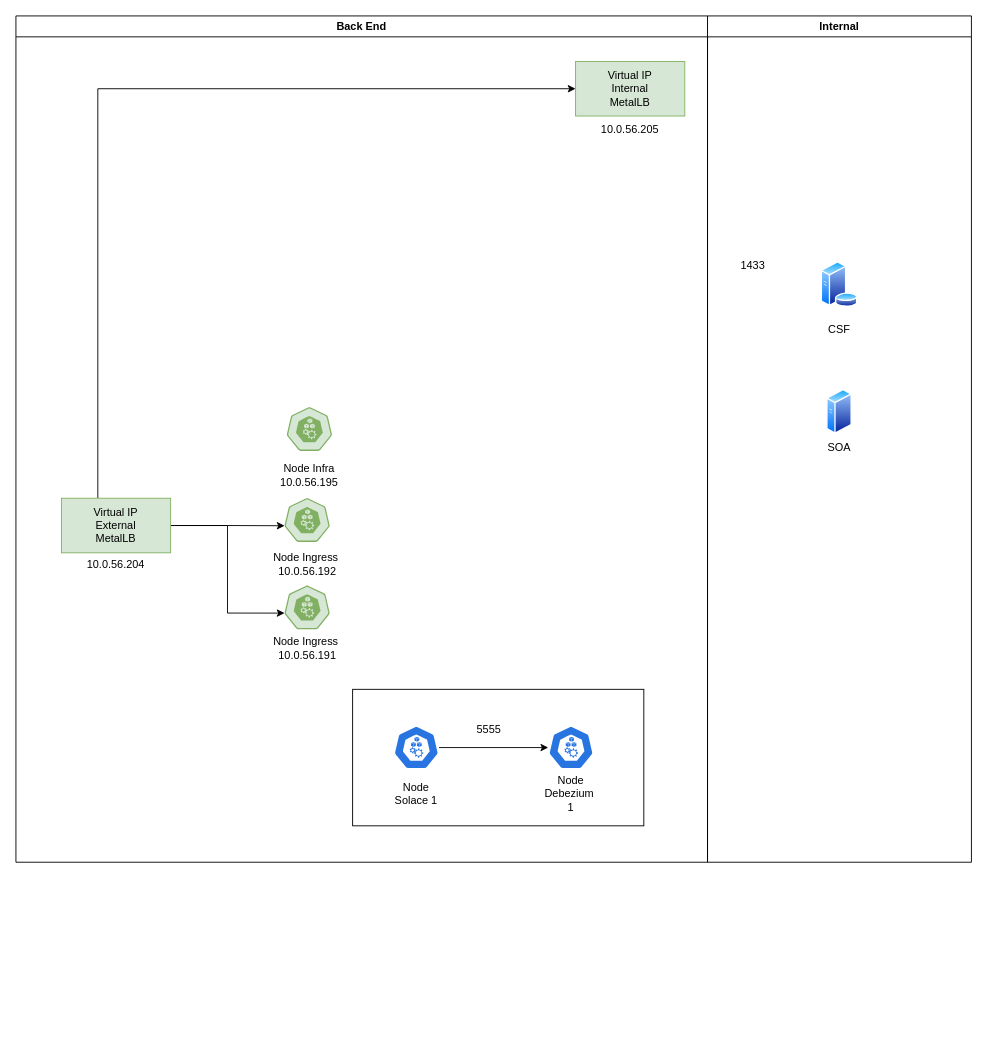
Before: Untitled Diagram.drawio in AndiLiwantoroSusanto/andiliewantorosusanto.github.io, a draw.io diagram. Source tidied: cells renumbered, new cells numbered last; positions are measured from the earlier drawing's top-left corner, leaving out a move shared by most shapes. Both pictures are drawn from the tidied source at 91%, with x=0, y=0 at pixel (15, 15).
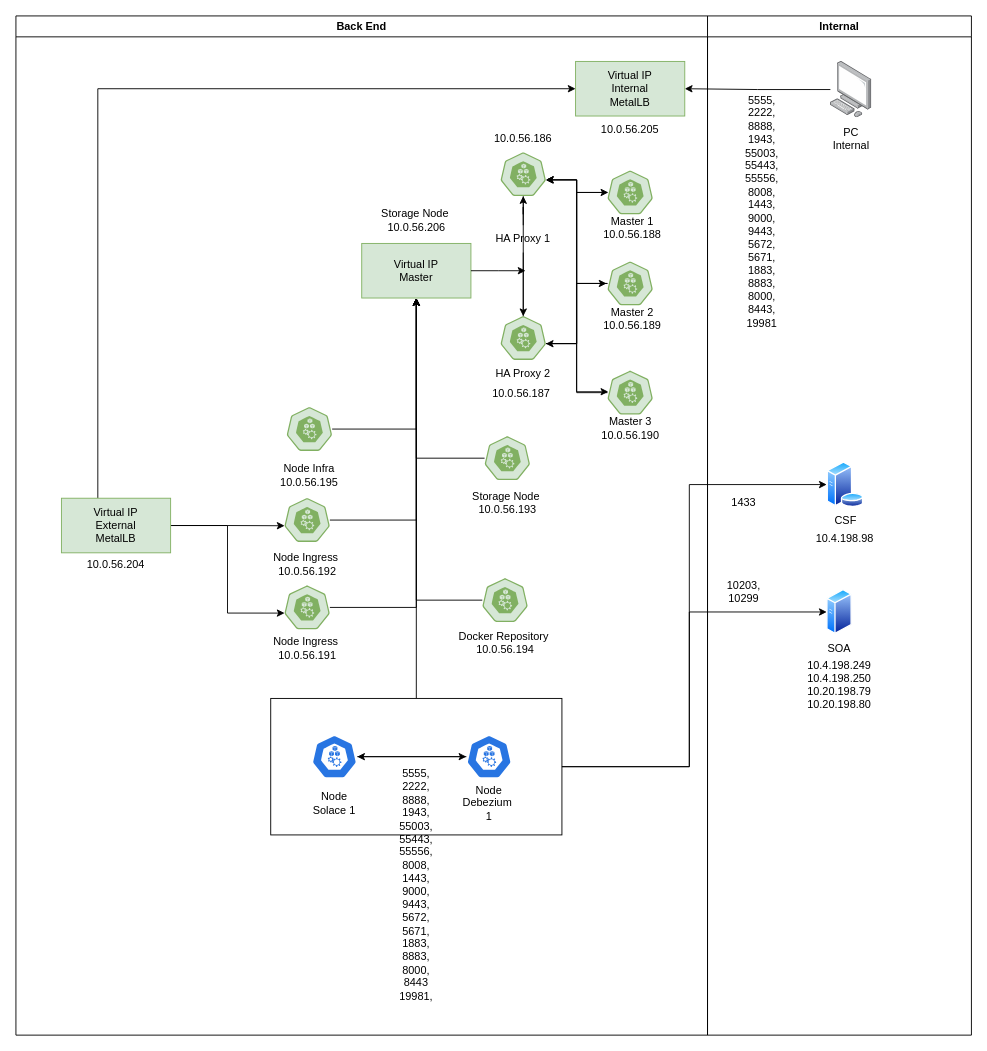
The same page after the edit.

The change refers to these unchanged cells:
```xml
<mxCell id="10" style="sketch=0;html=1;dashed=0;whitespace=wrap;fillColor=#d6e7d6;strokeColor=#81b062;points=[[0.005,0.63,0],[0.1,0.2,0],[0.9,0.2,0],[0.5,0,0],[0.995,0.63,0],[0.72,0.99,0],[0.5,1,0],[0.28,0.99,0]];shape=mxgraph.kubernetes.icon;prIcon=node;" parent="2" vertex="1">
  <mxGeometry x="295" y="626" width="50" height="48" as="geometry" />
</mxCell>
<mxCell id="11" style="sketch=0;html=1;dashed=0;whitespace=wrap;fillColor=#d6e7d6;strokeColor=#81b062;points=[[0.005,0.63,0],[0.1,0.2,0],[0.9,0.2,0],[0.5,0,0],[0.995,0.63,0],[0.72,0.99,0],[0.5,1,0],[0.28,0.99,0]];shape=mxgraph.kubernetes.icon;prIcon=node;" parent="2" vertex="1">
  <mxGeometry x="295" y="530" width="50" height="48" as="geometry" />
</mxCell>
<mxCell id="14" style="sketch=0;html=1;dashed=0;whitespace=wrap;fillColor=#d6e7d6;strokeColor=#81b062;points=[[0.005,0.63,0],[0.1,0.2,0],[0.9,0.2,0],[0.5,0,0],[0.995,0.63,0],[0.72,0.99,0],[0.5,1,0],[0.28,0.99,0]];shape=mxgraph.kubernetes.icon;prIcon=node;" parent="2" vertex="1">
  <mxGeometry x="297.5" y="430" width="50" height="48" as="geometry" />
</mxCell>
<mxCell id="21" value="Virtual IP&lt;br&gt;Internal&lt;br&gt;MetalLB" style="rounded=0;whiteSpace=wrap;html=1;strokeColor=#81b062;fillColor=#d6e7d6;" parent="2" vertex="1">
  <mxGeometry x="615" y="50" width="120" height="60" as="geometry" />
</mxCell>
```

The edit, as a diff of the source:
```diff
@@
     <mxCell id="2" value="Back End" style="swimlane;" parent="1" vertex="1">
-      <mxGeometry width="760" height="930" as="geometry" />
+      <mxGeometry width="760" height="1120" as="geometry" />
     </mxCell>
+    <mxCell id="29" style="edgeStyle=orthogonalEdgeStyle;rounded=0;jettySize=auto;html=1;" parent="2" edge="1" source="3" target="40">
+      <mxGeometry relative="1" as="geometry" />
+    </mxCell>
     <mxCell id="3" style="rounded=0;whiteSpace=wrap;html=1;" parent="2" vertex="1">
-      <mxGeometry x="370" y="740" width="320" height="150" as="geometry" />
+      <mxGeometry x="280" y="750" width="320" height="150" as="geometry" />
     </mxCell>
     <mxCell id="4" style="sketch=0;html=1;dashed=0;whitespace=wrap;fillColor=#2875E2;strokeColor=#ffffff;points=[[0.005,0.63,0],[0.1,0.2,0],[0.9,0.2,0],[0.5,0,0],[0.995,0.63,0],[0.72,0.99,0],[0.5,1,0],[0.28,0.99,0]];shape=mxgraph.kubernetes.icon;prIcon=node;" parent="2" vertex="1">
-      <mxGeometry x="415" y="780" width="50" height="48" as="geometry" />
+      <mxGeometry x="325" y="790" width="50" height="48" as="geometry" />
     </mxCell>
+    <mxCell id="30" style="edgeStyle=orthogonalEdgeStyle;rounded=0;jettySize=auto;html=1;" parent="2" edge="1" source="5" target="4">
+      <mxGeometry relative="1" as="geometry" />
+    </mxCell>
     <mxCell id="5" style="sketch=0;html=1;dashed=0;whitespace=wrap;fillColor=#2875E2;strokeColor=#ffffff;points=[[0.005,0.63,0],[0.1,0.2,0],[0.9,0.2,0],[0.5,0,0],[0.995,0.63,0],[0.72,0.99,0],[0.5,1,0],[0.28,0.99,0]];shape=mxgraph.kubernetes.icon;prIcon=node;" parent="2" vertex="1">
-      <mxGeometry x="585" y="780" width="50" height="48" as="geometry" />
+      <mxGeometry x="495" y="790" width="50" height="48" as="geometry" />
     </mxCell>
@@
     <mxCell id="7" value="Node Solace 1" style="text;html=1;strokeColor=none;fillColor=none;align=center;verticalAlign=middle;whiteSpace=wrap;rounded=0;" parent="2" vertex="1">
-      <mxGeometry x="410" y="840" width="60" height="30" as="geometry" />
+      <mxGeometry x="320" y="850" width="60" height="30" as="geometry" />
     </mxCell>
     <mxCell id="8" value="Node Debezium&amp;nbsp; 1" style="text;html=1;strokeColor=none;fillColor=none;align=center;verticalAlign=middle;whiteSpace=wrap;rounded=0;" parent="2" vertex="1">
-      <mxGeometry x="580" y="840" width="60" height="30" as="geometry" />
+      <mxGeometry x="490" y="850" width="60" height="30" as="geometry" />
     </mxCell>
-    <mxCell id="9" value="5555" style="text;html=1;strokeColor=none;fillColor=none;align=center;verticalAlign=middle;whiteSpace=wrap;rounded=0;" parent="2" vertex="1">
-      <mxGeometry x="490" y="770" width="60" height="30" as="geometry" />
-    </mxCell>
+    <mxCell id="31" style="edgeStyle=orthogonalEdgeStyle;rounded=0;jettySize=auto;html=1;" parent="2" edge="1" source="10" target="40">
+      <mxGeometry relative="1" as="geometry" />
+    </mxCell>
@@
+    <mxCell id="32" style="edgeStyle=orthogonalEdgeStyle;rounded=0;jettySize=auto;html=1;" parent="2" edge="1" source="11" target="40">
+      <mxGeometry relative="1" as="geometry" />
+    </mxCell>
@@
+    <mxCell id="33" style="edgeStyle=orthogonalEdgeStyle;rounded=0;jettySize=auto;html=1;" parent="2" edge="1" source="14" target="40">
+      <mxGeometry relative="1" as="geometry" />
+    </mxCell>
@@
+    <mxCell id="34" style="edgeStyle=orthogonalEdgeStyle;rounded=0;jettySize=auto;html=1;" parent="2" edge="1" source="35" target="40">
+      <mxGeometry relative="1" as="geometry" />
+    </mxCell>
+    <mxCell id="35" style="sketch=0;html=1;dashed=0;whitespace=wrap;fillColor=#d6e7d6;strokeColor=#81b062;points=[[0.005,0.63,0],[0.1,0.2,0],[0.9,0.2,0],[0.5,0,0],[0.995,0.63,0],[0.72,0.99,0],[0.5,1,0],[0.28,0.99,0]];shape=mxgraph.kubernetes.icon;prIcon=node;" parent="2" vertex="1">
+      <mxGeometry x="515" y="462" width="50" height="48" as="geometry" />
+    </mxCell>
+    <mxCell id="36" value="Storage Node&amp;nbsp;&lt;br&gt;10.0.56.193" style="text;html=1;strokeColor=none;fillColor=none;align=center;verticalAlign=middle;whiteSpace=wrap;rounded=0;" parent="2" vertex="1">
+      <mxGeometry x="492.5" y="520" width="95" height="30" as="geometry" />
+    </mxCell>
+    <mxCell id="37" style="edgeStyle=orthogonalEdgeStyle;rounded=0;jettySize=auto;html=1;entryX=0.5;entryY=1;entryDx=0;entryDy=0;" parent="2" edge="1" source="38" target="40">
+      <mxGeometry relative="1" as="geometry" />
+    </mxCell>
+    <mxCell id="38" style="sketch=0;html=1;dashed=0;whitespace=wrap;fillColor=#d6e7d6;strokeColor=#81b062;points=[[0.005,0.63,0],[0.1,0.2,0],[0.9,0.2,0],[0.5,0,0],[0.995,0.63,0],[0.72,0.99,0],[0.5,1,0],[0.28,0.99,0]];shape=mxgraph.kubernetes.icon;prIcon=node;" parent="2" vertex="1">
+      <mxGeometry x="512.5" y="618" width="50" height="48" as="geometry" />
+    </mxCell>
+    <mxCell id="39" value="Docker Repository&amp;nbsp;&lt;br&gt;10.0.56.194" style="text;html=1;strokeColor=none;fillColor=none;align=center;verticalAlign=middle;whiteSpace=wrap;rounded=0;" parent="2" vertex="1">
+      <mxGeometry x="477.5" y="674" width="120" height="30" as="geometry" />
+    </mxCell>
+    <mxCell id="40" value="Virtual IP&lt;br&gt;Master" style="rounded=0;whiteSpace=wrap;html=1;strokeColor=#81b062;fillColor=#d6e7d6;" parent="2" vertex="1">
+      <mxGeometry x="380" y="250" width="120" height="60" as="geometry" />
+    </mxCell>
+    <mxCell id="41" style="edgeStyle=orthogonalEdgeStyle;rounded=0;jettySize=auto;html=1;" parent="2" edge="1" source="42" target="47">
+      <mxGeometry relative="1" as="geometry" />
+    </mxCell>
+    <mxCell id="42" style="sketch=0;html=1;dashed=0;whitespace=wrap;fillColor=#d6e7d6;strokeColor=#81b062;points=[[0.005,0.63,0],[0.1,0.2,0],[0.9,0.2,0],[0.5,0,0],[0.995,0.63,0],[0.72,0.99,0],[0.5,1,0],[0.28,0.99,0]];shape=mxgraph.kubernetes.icon;prIcon=node;" parent="2" vertex="1">
+      <mxGeometry x="532.5" y="150" width="50" height="48" as="geometry" />
+    </mxCell>
+    <mxCell id="43" style="edgeStyle=orthogonalEdgeStyle;rounded=0;jettySize=auto;html=1;startArrow=none;" parent="2" edge="1" source="57" target="42">
+      <mxGeometry relative="1" as="geometry" />
+    </mxCell>
+    <mxCell id="44" style="edgeStyle=orthogonalEdgeStyle;rounded=0;jettySize=auto;html=1;entryX=-0.02;entryY=0.5;entryDx=0;entryDy=0;entryPerimeter=0;" parent="2" edge="1" source="47" target="52">
+      <mxGeometry relative="1" as="geometry">
+        <Array as="points">
+          <mxPoint x="616" y="360" />
+          <mxPoint x="616" y="294" />
+        </Array>
+      </mxGeometry>
+    </mxCell>
+    <mxCell id="45" style="edgeStyle=orthogonalEdgeStyle;rounded=0;jettySize=auto;html=1;entryX=0.02;entryY=0.479;entryDx=0;entryDy=0;entryPerimeter=0;" parent="2" edge="1" source="47" target="54">
+      <mxGeometry relative="1" as="geometry">
+        <Array as="points">
+          <mxPoint x="616" y="360" />
+          <mxPoint x="616" y="413" />
+        </Array>
+      </mxGeometry>
+    </mxCell>
+    <mxCell id="46" style="edgeStyle=orthogonalEdgeStyle;rounded=0;jettySize=auto;html=1;entryX=0.02;entryY=0.5;entryDx=0;entryDy=0;entryPerimeter=0;" parent="2" edge="1" source="47" target="49">
+      <mxGeometry relative="1" as="geometry">
+        <Array as="points">
+          <mxPoint x="616" y="360" />
+          <mxPoint x="616" y="194" />
+        </Array>
+      </mxGeometry>
+    </mxCell>
+    <mxCell id="47" style="sketch=0;html=1;dashed=0;whitespace=wrap;fillColor=#d6e7d6;strokeColor=#81b062;points=[[0.005,0.63,0],[0.1,0.2,0],[0.9,0.2,0],[0.5,0,0],[0.995,0.63,0],[0.72,0.99,0],[0.5,1,0],[0.28,0.99,0]];shape=mxgraph.kubernetes.icon;prIcon=node;" parent="2" vertex="1">
+      <mxGeometry x="532.5" y="330" width="50" height="48" as="geometry" />
+    </mxCell>
+    <mxCell id="48" style="edgeStyle=orthogonalEdgeStyle;rounded=0;jettySize=auto;html=1;" parent="2" edge="1" source="49" target="42">
+      <mxGeometry relative="1" as="geometry">
+        <Array as="points">
+          <mxPoint x="616" y="194" />
+          <mxPoint x="616" y="180" />
+        </Array>
+      </mxGeometry>
+    </mxCell>
+    <mxCell id="49" style="sketch=0;html=1;dashed=0;whitespace=wrap;fillColor=#d6e7d6;strokeColor=#81b062;points=[[0.005,0.63,0],[0.1,0.2,0],[0.9,0.2,0],[0.5,0,0],[0.995,0.63,0],[0.72,0.99,0],[0.5,1,0],[0.28,0.99,0]];shape=mxgraph.kubernetes.icon;prIcon=node;" parent="2" vertex="1">
+      <mxGeometry x="650" y="170" width="50" height="48" as="geometry" />
+    </mxCell>
+    <mxCell id="50" style="edgeStyle=orthogonalEdgeStyle;rounded=0;jettySize=auto;html=1;entryX=0.995;entryY=0.63;entryDx=0;entryDy=0;entryPerimeter=0;" parent="2" edge="1" source="52" target="42">
+      <mxGeometry relative="1" as="geometry" />
+    </mxCell>
+    <mxCell id="51" style="edgeStyle=orthogonalEdgeStyle;rounded=0;jettySize=auto;html=1;entryX=0.995;entryY=0.63;entryDx=0;entryDy=0;entryPerimeter=0;" parent="2" edge="1" source="52" target="47">
+      <mxGeometry relative="1" as="geometry" />
+    </mxCell>
+    <mxCell id="52" style="sketch=0;html=1;dashed=0;whitespace=wrap;fillColor=#d6e7d6;strokeColor=#81b062;points=[[0.005,0.63,0],[0.1,0.2,0],[0.9,0.2,0],[0.5,0,0],[0.995,0.63,0],[0.72,0.99,0],[0.5,1,0],[0.28,0.99,0]];shape=mxgraph.kubernetes.icon;prIcon=node;" parent="2" vertex="1">
+      <mxGeometry x="650" y="270" width="50" height="48" as="geometry" />
+    </mxCell>
+    <mxCell id="53" style="edgeStyle=orthogonalEdgeStyle;rounded=0;jettySize=auto;html=1;entryX=0.995;entryY=0.63;entryDx=0;entryDy=0;entryPerimeter=0;" parent="2" edge="1" source="54" target="42">
+      <mxGeometry relative="1" as="geometry" />
+    </mxCell>
+    <mxCell id="54" style="sketch=0;html=1;dashed=0;whitespace=wrap;fillColor=#d6e7d6;strokeColor=#81b062;points=[[0.005,0.63,0],[0.1,0.2,0],[0.9,0.2,0],[0.5,0,0],[0.995,0.63,0],[0.72,0.99,0],[0.5,1,0],[0.28,0.99,0]];shape=mxgraph.kubernetes.icon;prIcon=node;" parent="2" vertex="1">
+      <mxGeometry x="650" y="390" width="50" height="48" as="geometry" />
+    </mxCell>
+    <mxCell id="55" value="Storage Node&amp;nbsp;&lt;br&gt;10.0.56.206" style="text;html=1;strokeColor=none;fillColor=none;align=center;verticalAlign=middle;whiteSpace=wrap;rounded=0;" parent="2" vertex="1">
+      <mxGeometry x="392.5" y="210" width="95" height="30" as="geometry" />
+    </mxCell>
+    <mxCell id="56" value="HA Proxy 2" style="text;html=1;strokeColor=none;fillColor=none;align=center;verticalAlign=middle;whiteSpace=wrap;rounded=0;" parent="2" vertex="1">
+      <mxGeometry x="525" y="378" width="65" height="30" as="geometry" />
+    </mxCell>
+    <mxCell id="57" value="HA Proxy 1" style="text;html=1;strokeColor=none;fillColor=none;align=center;verticalAlign=middle;whiteSpace=wrap;rounded=0;" parent="2" vertex="1">
+      <mxGeometry x="525" y="230" width="65" height="30" as="geometry" />
+    </mxCell>
+    <mxCell id="58" style="edgeStyle=orthogonalEdgeStyle;rounded=0;jettySize=auto;html=1;endArrow=none;" parent="2" edge="1" source="47" target="57">
+      <mxGeometry relative="1" as="geometry" />
+    </mxCell>
+    <mxCell id="59" value="10.0.56.186" style="text;html=1;strokeColor=none;fillColor=none;align=center;verticalAlign=middle;whiteSpace=wrap;rounded=0;" parent="2" vertex="1">
+      <mxGeometry x="525" y="120" width="65" height="30" as="geometry" />
+    </mxCell>
+    <mxCell id="60" value="10.0.56.187" style="text;html=1;strokeColor=none;fillColor=none;align=center;verticalAlign=middle;whiteSpace=wrap;rounded=0;" parent="2" vertex="1">
+      <mxGeometry x="522.5" y="400" width="65" height="30" as="geometry" />
+    </mxCell>
+    <mxCell id="61" value="Master 2&lt;br&gt;10.0.56.189" style="text;html=1;strokeColor=none;fillColor=none;align=center;verticalAlign=middle;whiteSpace=wrap;rounded=0;" parent="2" vertex="1">
+      <mxGeometry x="645" y="318" width="65" height="30" as="geometry" />
+    </mxCell>
+    <mxCell id="62" value="Master 3&lt;br&gt;10.0.56.190" style="text;html=1;strokeColor=none;fillColor=none;align=center;verticalAlign=middle;whiteSpace=wrap;rounded=0;" parent="2" vertex="1">
+      <mxGeometry x="642.5" y="438" width="65" height="30" as="geometry" />
+    </mxCell>
+    <mxCell id="63" value="Master 1&lt;br&gt;10.0.56.188" style="text;html=1;strokeColor=none;fillColor=none;align=center;verticalAlign=middle;whiteSpace=wrap;rounded=0;" parent="2" vertex="1">
+      <mxGeometry x="645" y="218" width="65" height="30" as="geometry" />
+    </mxCell>
+    <mxCell id="9" value="5555,&lt;br&gt;2222,&lt;br&gt;8888,&lt;br&gt;1943,&lt;br&gt;55003,&lt;br&gt;55443,&lt;br&gt;55556,&lt;br&gt;8008,&lt;br&gt;1443,&lt;br&gt;9000,&lt;br&gt;9443,&lt;br&gt;5672,&lt;br&gt;5671,&lt;br&gt;1883,&lt;br&gt;8883,&lt;br&gt;8000,&lt;br&gt;8443&lt;br&gt;19981," style="text;html=1;strokeColor=none;fillColor=none;align=center;verticalAlign=middle;whiteSpace=wrap;rounded=0;" parent="2" vertex="1">
+      <mxGeometry x="410" y="940" width="60" height="30" as="geometry" />
+    </mxCell>
+    <mxCell id="64" style="edgeStyle=orthogonalEdgeStyle;rounded=0;orthogonalLoop=1;jettySize=auto;html=1;exitX=0.5;exitY=1;exitDx=0;exitDy=0;" parent="2" edge="1" source="9" target="9">
+      <mxGeometry relative="1" as="geometry" />
+    </mxCell>
     <mxCell id="23" value="Internal" style="swimlane;" parent="1" vertex="1">
-      <mxGeometry x="760" width="290" height="930" as="geometry" />
+      <mxGeometry x="760" width="290" height="1120" as="geometry" />
     </mxCell>
     <mxCell id="24" style="perimeter=ellipsePerimeter;html=1;align=center;shadow=0;dashed=0;spacingTop=3;image;image=img/lib/active_directory/generic_server.svg;" parent="23" vertex="1">
-      <mxGeometry x="131" y="410" width="28" height="50" as="geometry" />
+      <mxGeometry x="131" y="630" width="28" height="50" as="geometry" />
     </mxCell>
     <mxCell id="25" value="SOA" style="text;html=1;strokeColor=none;fillColor=none;align=center;verticalAlign=middle;whiteSpace=wrap;rounded=0;" parent="23" vertex="1">
-      <mxGeometry x="115" y="460" width="60" height="30" as="geometry" />
+      <mxGeometry x="115" y="680" width="60" height="30" as="geometry" />
     </mxCell>
     <mxCell id="26" style="perimeter=ellipsePerimeter;html=1;align=center;shadow=0;dashed=0;spacingTop=3;image;image=img/lib/active_directory/database_server.svg;" parent="23" vertex="1">
-      <mxGeometry x="124.5" y="270" width="41" height="50" as="geometry" />
+      <mxGeometry x="131" y="490" width="41" height="50" as="geometry" />
     </mxCell>
     <mxCell id="27" value="CSF" style="text;html=1;strokeColor=none;fillColor=none;align=center;verticalAlign=middle;whiteSpace=wrap;rounded=0;" parent="23" vertex="1">
-      <mxGeometry x="115" y="330" width="60" height="30" as="geometry" />
+      <mxGeometry x="121.5" y="540" width="60" height="30" as="geometry" />
     </mxCell>
     <mxCell id="28" value="1433" style="text;html=1;strokeColor=none;fillColor=none;align=center;verticalAlign=middle;whiteSpace=wrap;rounded=0;" parent="23" vertex="1">
-      <mxGeometry x="20" y="260" width="60" height="30" as="geometry" />
+      <mxGeometry x="10" y="520" width="60" height="30" as="geometry" />
     </mxCell>
+    <mxCell id="65" style="points=[];html=1;align=center;shadow=0;dashed=0;image;image=img/lib/allied_telesis/computer_and_terminals/Personal_Computer.svg;" parent="23" vertex="1">
+      <mxGeometry x="135" y="50" width="45.6" height="61.8" as="geometry" />
+    </mxCell>
+    <mxCell id="66" value="10.4.198.249&lt;br&gt;10.4.198.250&lt;br&gt;10.20.198.79&lt;br&gt;10.20.198.80" style="text;html=1;strokeColor=none;fillColor=none;align=center;verticalAlign=middle;whiteSpace=wrap;rounded=0;" parent="23" vertex="1">
+      <mxGeometry x="115" y="720" width="60" height="30" as="geometry" />
+    </mxCell>
+    <mxCell id="67" value="10203,&lt;br&gt;10299" style="text;html=1;strokeColor=none;fillColor=none;align=center;verticalAlign=middle;whiteSpace=wrap;rounded=0;" parent="23" vertex="1">
+      <mxGeometry x="10" y="618" width="60" height="30" as="geometry" />
+    </mxCell>
+    <mxCell id="68" value="PC Internal" style="text;html=1;strokeColor=none;fillColor=none;align=center;verticalAlign=middle;whiteSpace=wrap;rounded=0;" parent="23" vertex="1">
+      <mxGeometry x="127.8" y="120" width="60" height="30" as="geometry" />
+    </mxCell>
+    <mxCell id="69" value="5555,&lt;br&gt;2222,&lt;br&gt;8888,&lt;br&gt;1943,&lt;br&gt;55003,&lt;br&gt;55443,&lt;br&gt;55556,&lt;br&gt;8008,&lt;br&gt;1443,&lt;br&gt;9000,&lt;br&gt;9443,&lt;br&gt;5672,&lt;br&gt;5671,&lt;br&gt;1883,&lt;br&gt;8883,&lt;br&gt;8000,&lt;br&gt;8443,&lt;br&gt;19981" style="text;html=1;strokeColor=none;fillColor=none;align=center;verticalAlign=middle;whiteSpace=wrap;rounded=0;" parent="23" vertex="1">
+      <mxGeometry x="30" y="200" width="60" height="30" as="geometry" />
+    </mxCell>
+    <mxCell id="70" value="10.4.198.98" style="text;html=1;strokeColor=none;fillColor=none;align=center;verticalAlign=middle;whiteSpace=wrap;rounded=0;" parent="23" vertex="1">
+      <mxGeometry x="120.6" y="560" width="60" height="30" as="geometry" />
+    </mxCell>
+    <mxCell id="71" style="edgeStyle=orthogonalEdgeStyle;rounded=0;jettySize=auto;html=1;" parent="1" edge="1" source="40">
+      <mxGeometry relative="1" as="geometry">
+        <mxPoint x="560" y="280" as="targetPoint" />
+      </mxGeometry>
+    </mxCell>
+    <mxCell id="72" style="edgeStyle=orthogonalEdgeStyle;rounded=0;jettySize=auto;html=1;entryX=0;entryY=0.5;entryDx=0;entryDy=0;" parent="1" edge="1" source="3" target="24">
+      <mxGeometry relative="1" as="geometry">
+        <Array as="points">
+          <mxPoint x="740" y="825" />
+          <mxPoint x="740" y="655" />
+        </Array>
+      </mxGeometry>
+    </mxCell>
+    <mxCell id="73" style="edgeStyle=orthogonalEdgeStyle;rounded=0;jettySize=auto;html=1;entryX=0;entryY=0.5;entryDx=0;entryDy=0;" parent="1" edge="1" source="3" target="26">
+      <mxGeometry relative="1" as="geometry">
+        <Array as="points">
+          <mxPoint x="740" y="825" />
+          <mxPoint x="740" y="515" />
+        </Array>
+      </mxGeometry>
+    </mxCell>
+    <mxCell id="74" style="edgeStyle=orthogonalEdgeStyle;rounded=0;jettySize=auto;html=1;" parent="1" edge="1" source="65" target="21">
+      <mxGeometry relative="1" as="geometry" />
+    </mxCell>
```
